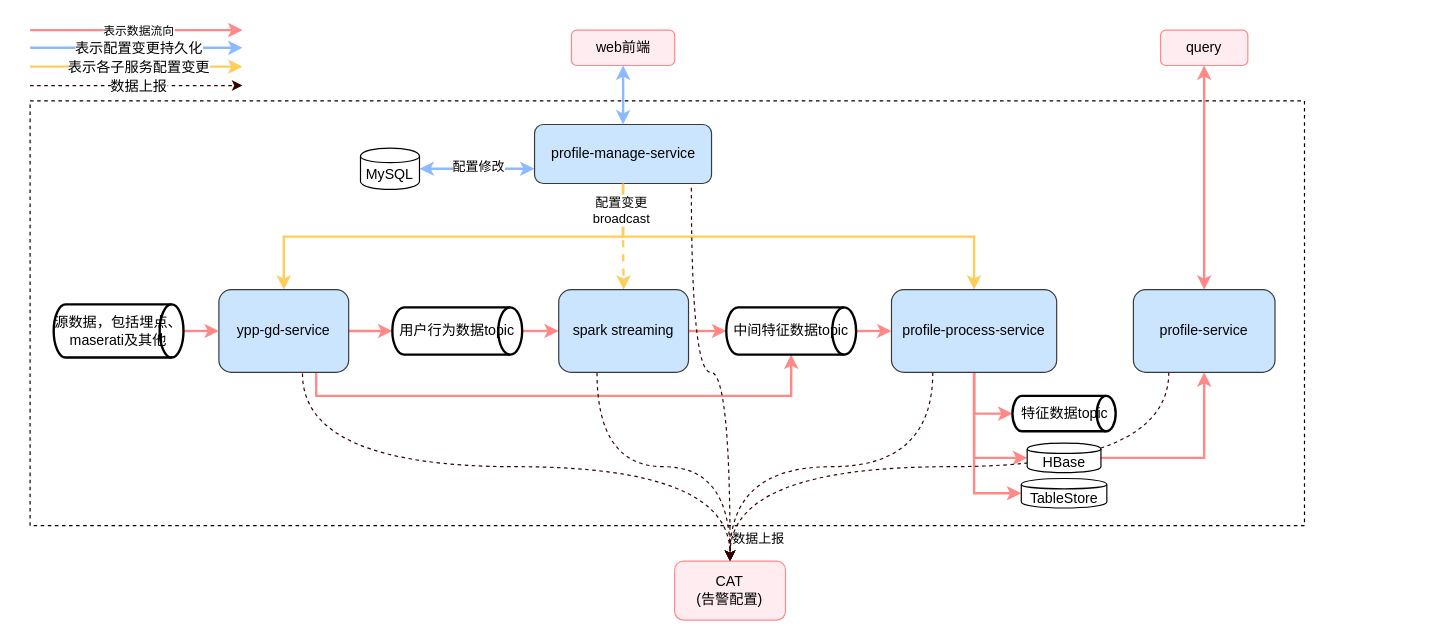
The draw.io diagram 运行架构图.drawio in qingchao-kong/draw.io, before the edit. Source tidied: cells renumbered, new cells numbered last; positions are measured from the earlier drawing's top-left corner, leaving out a move shared by most shapes. Both pictures are drawn from the tidied source at 118%, with x=0, y=0 at pixel (30, 30).
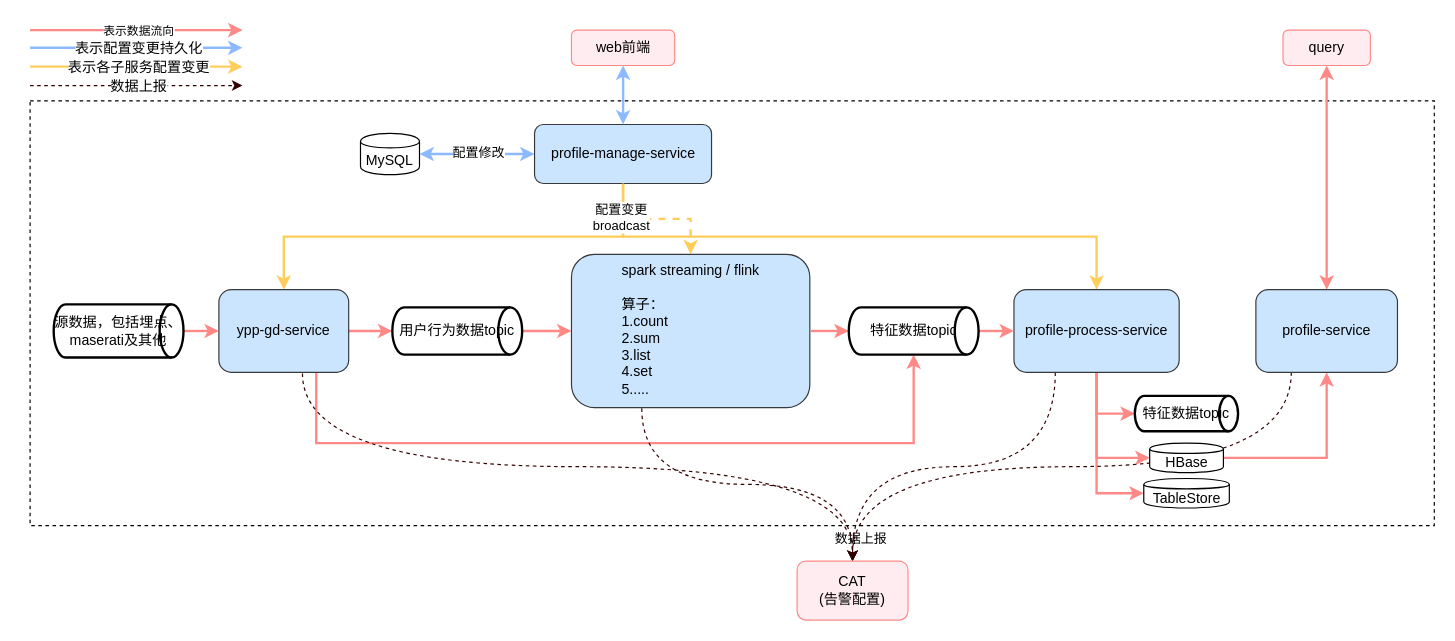
After the change.

Commit message:
Update 运行架构图.drawio

Unchanged cells that the change refers to:
```xml
<mxCell id="7" value="profile-manage-service" style="rounded=1;whiteSpace=wrap;html=1;fillColor=#cce5ff;strokeColor=#36393d;" parent="1" vertex="1">
  <mxGeometry x="427.5" y="80" width="150" height="50" as="geometry" />
</mxCell>
<mxCell id="14" value="ypp-gd-service" style="rounded=1;whiteSpace=wrap;html=1;fillColor=#cce5ff;strokeColor=#36393d;" parent="1" vertex="1">
  <mxGeometry x="160" y="220" width="110" height="70" as="geometry" />
</mxCell>
```

Change to the diagram source:
```diff
@@
     <mxCell id="2" style="rounded=0;whiteSpace=wrap;html=1;dashed=1;shadow=0;fillColor=none;" parent="1" vertex="1">
-      <mxGeometry y="60" width="1080" height="360" as="geometry" />
+      <mxGeometry y="60" width="1190" height="360" as="geometry" />
     </mxCell>
@@
-    <mxCell id="5" style="rounded=0;jettySize=auto;html=1;exitX=0;exitY=0.75;exitDx=0;exitDy=0;entryX=1;entryY=0.5;entryDx=0;entryDy=0;fillColor=#8db9ff;strokeColor=#8db9ff;strokeWidth=2;startArrow=classic;startFill=1;" parent="1" edge="1" source="7" target="17">
+    <mxCell id="5" style="rounded=0;jettySize=auto;html=1;exitX=0;exitY=0.5;exitDx=0;exitDy=0;entryX=1;entryY=0.5;entryDx=0;entryDy=0;fillColor=#8db9ff;strokeColor=#8db9ff;strokeWidth=2;startArrow=classic;startFill=1;" parent="1" edge="1" source="7" target="17">
       <mxGeometry relative="1" as="geometry" />
     </mxCell>
@@
     <mxCell id="11" style="edgeStyle=orthogonalEdgeStyle;rounded=0;jettySize=auto;html=1;exitX=0.75;exitY=1;exitDx=0;exitDy=0;entryX=0.5;entryY=1;entryDx=0;entryDy=0;fillColor=#ffcccc;entryPerimeter=0;strokeWidth=2;strokeColor=#FF8987;" parent="1" edge="1" source="14" target="39">
-      <mxGeometry relative="1" as="geometry" />
+      <mxGeometry relative="1" as="geometry">
+        <Array as="points">
+          <mxPoint x="243" y="350" />
+          <mxPoint x="749" y="350" />
+        </Array>
+      </mxGeometry>
     </mxCell>
@@
     <mxCell id="17" value="MySQL" style="shape=cylinder;whiteSpace=wrap;html=1;boundedLbl=1;backgroundOutline=1;" parent="1" vertex="1">
-      <mxGeometry x="280" y="100" width="50" height="35" as="geometry" />
+      <mxGeometry x="280" y="87.5" width="50" height="35" as="geometry" />
     </mxCell>
@@
     <mxCell id="19" value="TableStore" style="shape=cylinder;whiteSpace=wrap;html=1;boundedLbl=1;backgroundOutline=1;" parent="1" vertex="1">
-      <mxGeometry x="840" y="380" width="72.5" height="25" as="geometry" />
+      <mxGeometry x="943.8" y="380" width="72.5" height="25" as="geometry" />
     </mxCell>
@@
-    <mxCell id="23" style="edgeStyle=orthogonalEdgeStyle;rounded=0;jettySize=auto;html=1;exitX=1;exitY=0.5;exitDx=0;exitDy=0;entryX=0;entryY=0.5;entryDx=0;entryDy=0;fillColor=#ff8987;strokeColor=#ff8987;entryPerimeter=0;strokeWidth=2;" parent="1" edge="1" source="25" target="39">
-      <mxGeometry relative="1" as="geometry" />
+    <mxCell id="23" style="edgeStyle=orthogonalEdgeStyle;rounded=0;jettySize=auto;html=1;exitX=1;exitY=0.5;exitDx=0;exitDy=0;entryX=0;entryY=0.5;entryDx=0;entryDy=0;fillColor=#ff8987;strokeColor=#ff8987;entryPerimeter=0;strokeWidth=2;" parent="1" edge="1" target="39">
+      <mxGeometry relative="1" as="geometry">
+        <mxPoint x="661.8" y="255" as="sourcePoint" />
+      </mxGeometry>
     </mxCell>
@@
-    <mxCell id="25" value="spark streaming" style="rounded=1;whiteSpace=wrap;html=1;fillColor=#cce5ff;strokeColor=#36393d;" parent="1" vertex="1">
-      <mxGeometry x="448" y="220" width="110" height="70" as="geometry" />
+    <mxCell id="25" value="spark streaming / flink&lt;br&gt;&lt;div style=&quot;text-align: left&quot;&gt;&lt;span&gt;&lt;br&gt;&lt;/span&gt;&lt;/div&gt;&lt;div style=&quot;text-align: left&quot;&gt;&lt;span&gt;算子：&lt;/span&gt;&lt;/div&gt;&lt;div style=&quot;text-align: left&quot;&gt;&lt;span&gt;1.count&lt;/span&gt;&lt;/div&gt;&lt;div style=&quot;text-align: left&quot;&gt;&lt;span&gt;2.sum&lt;/span&gt;&lt;/div&gt;&lt;div style=&quot;text-align: left&quot;&gt;&lt;span&gt;3.list&lt;/span&gt;&lt;/div&gt;&lt;div style=&quot;text-align: left&quot;&gt;&lt;span&gt;4.set&lt;/span&gt;&lt;/div&gt;&lt;div style=&quot;text-align: left&quot;&gt;&lt;span&gt;5.....&lt;/span&gt;&lt;/div&gt;" style="rounded=1;whiteSpace=wrap;html=1;fillColor=#cce5ff;strokeColor=#36393d;verticalAlign=top;" parent="1" vertex="1">
+      <mxGeometry x="458.8" y="190" width="202" height="130" as="geometry" />
     </mxCell>
@@
     <mxCell id="28" value="profile-process-service" style="rounded=1;whiteSpace=wrap;html=1;fillColor=#cce5ff;strokeColor=#36393d;" parent="1" vertex="1">
-      <mxGeometry x="730" y="220" width="140" height="70" as="geometry" />
+      <mxGeometry x="833.8" y="220" width="140" height="70" as="geometry" />
     </mxCell>
@@
-    <mxCell id="39" value="中间特征数据topic" style="strokeWidth=2;html=1;shape=mxgraph.flowchart.direct_data;whiteSpace=wrap;" parent="1" vertex="1">
-      <mxGeometry x="590" y="235" width="110" height="40" as="geometry" />
+    <mxCell id="39" value="特征数据topic" style="strokeWidth=2;html=1;shape=mxgraph.flowchart.direct_data;whiteSpace=wrap;" parent="1" vertex="1">
+      <mxGeometry x="693.8" y="235" width="110" height="40" as="geometry" />
     </mxCell>
     <mxCell id="40" value="特征数据topic" style="strokeWidth=2;html=1;shape=mxgraph.flowchart.direct_data;whiteSpace=wrap;" parent="1" vertex="1">
-      <mxGeometry x="832.5" y="310" width="87.5" height="30" as="geometry" />
+      <mxGeometry x="936.2" y="310" width="87.5" height="30" as="geometry" />
     </mxCell>
@@
     <mxCell id="43" value="profile-service" style="rounded=1;whiteSpace=wrap;html=1;fillColor=#cce5ff;strokeColor=#36393d;" parent="1" vertex="1">
-      <mxGeometry x="935" y="220" width="120" height="70" as="geometry" />
+      <mxGeometry x="1038.8" y="220" width="120" height="70" as="geometry" />
     </mxCell>
     <mxCell id="44" value="query" style="rounded=1;whiteSpace=wrap;html=1;fillColor=#ffecf1;strokeColor=#ff8987;" parent="1" vertex="1">
-      <mxGeometry x="958" width="74" height="30" as="geometry" />
+      <mxGeometry x="1061.8" width="74" height="30" as="geometry" />
     </mxCell>
     <mxCell id="45" value="CAT&lt;br&gt;(告警配置)" style="rounded=1;whiteSpace=wrap;html=1;fillColor=#ffecf1;strokeColor=#ff8987;" parent="1" vertex="1">
-      <mxGeometry x="546.2" y="450" width="94" height="50" as="geometry" />
+      <mxGeometry x="650" y="450" width="94" height="50" as="geometry" />
     </mxCell>
@@
     <mxCell id="48" value="HBase" style="shape=cylinder;whiteSpace=wrap;html=1;boundedLbl=1;backgroundOutline=1;" parent="1" vertex="1">
-      <mxGeometry x="845" y="350" width="62.5" height="25" as="geometry" />
+      <mxGeometry x="948.8" y="350" width="62.5" height="25" as="geometry" />
     </mxCell>
-    <mxCell id="49" style="edgeStyle=orthogonalEdgeStyle;curved=1;rounded=0;jettySize=auto;html=1;exitX=0.886;exitY=1.073;exitDx=0;exitDy=0;entryX=0.5;entryY=0;entryDx=0;entryDy=0;startArrow=none;startFill=0;strokeWidth=1;dashed=1;strokeColor=#330000;exitPerimeter=0;" parent="1" edge="1" source="7" target="45">
-      <mxGeometry relative="1" as="geometry" />
-    </mxCell>
```
